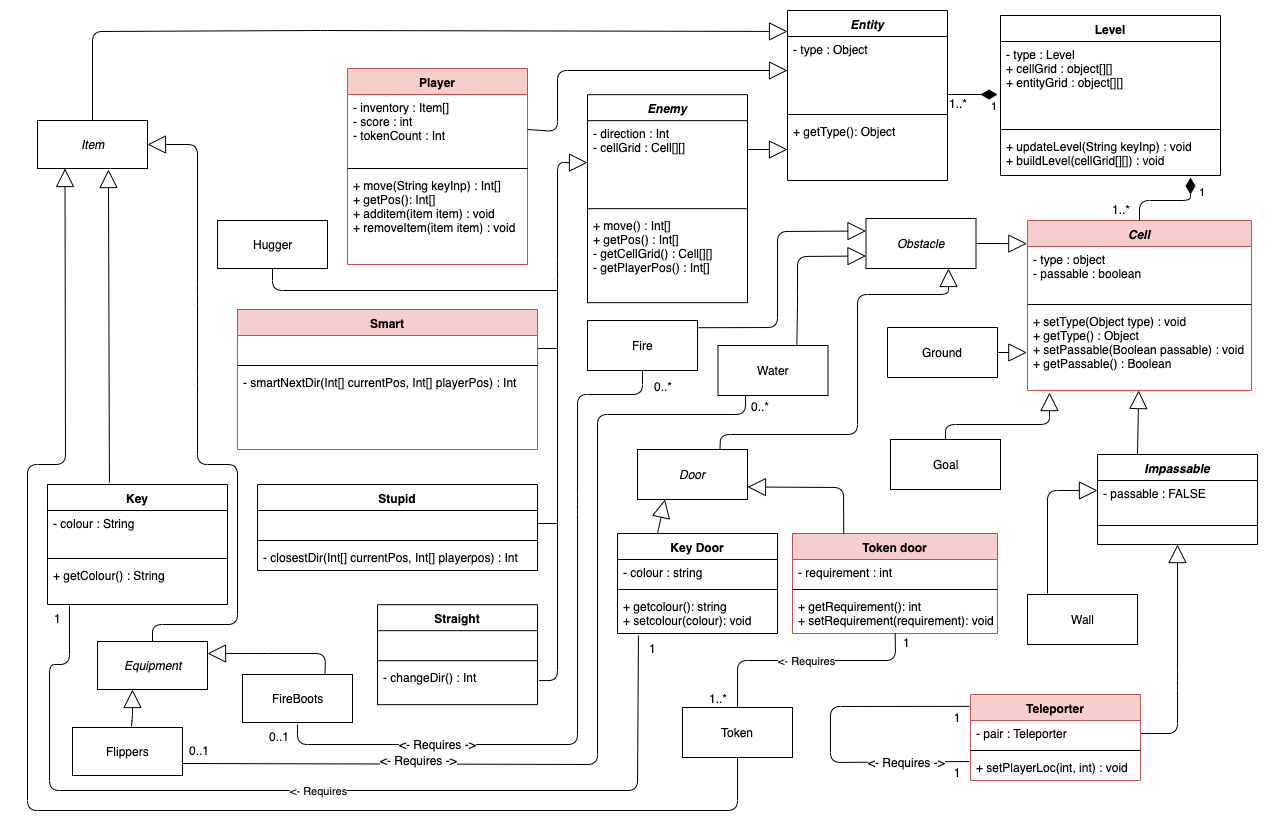
Earlier version of the draw.io export Design Documents/UML_FULL_FINAL.png (ChuksAjeh/CS-230). Source tidied: cells renumbered, new cells last; positions are measured from the earlier drawing's top-left corner, leaving out a move shared by most shapes.
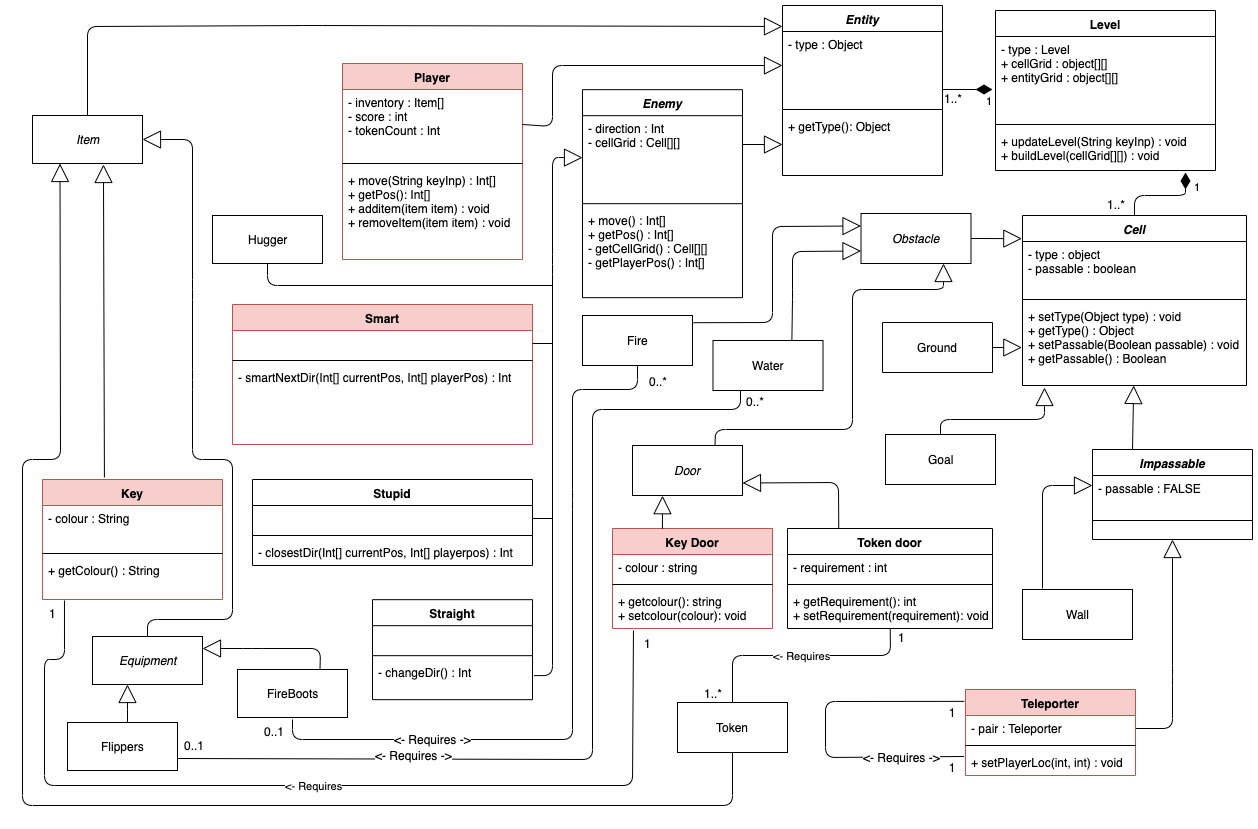
Above is the later version.

What changed in the source:
```diff
@@ -2,7 +2,7 @@
   <root>
     <mxCell id="0" />
     <mxCell id="1" parent="0" />
-    <mxCell id="2" value="Cell" style="swimlane;fontStyle=3;align=center;verticalAlign=top;horizontal=1;startSize=26;fillColor=#f8cecc;strokeColor=#b85450;" parent="1" vertex="1">
+    <mxCell id="2" value="Cell" style="swimlane;fontStyle=3;align=center;verticalAlign=top;horizontal=1;startSize=26;" parent="1" vertex="1">
       <mxGeometry x="1000" y="210" width="224" height="170" as="geometry" />
     </mxCell>
     <mxCell id="3" value="- type : object&#10;- passable : boolean" style="text;strokeColor=none;fillColor=none;align=left;verticalAlign=top;spacingLeft=4;spacingRight=4;overflow=hidden;" parent="2" vertex="1">
@@ -36,9 +36,9 @@
       <mxGeometry x="690.5" y="335" width="110" height="50" as="geometry" />
     </mxCell>
     <mxCell id="13" value="&lt;i&gt;Door&lt;/i&gt;" style="html=1;" parent="1" vertex="1">
-      <mxGeometry x="610" y="439" width="110" height="50" as="geometry" />
+      <mxGeometry x="610" y="440" width="110" height="50" as="geometry" />
     </mxCell>
-    <mxCell id="14" value="Token door" style="swimlane;fontStyle=1;align=center;verticalAlign=top;horizontal=1;startSize=26;fillColor=#f8cecc;strokeColor=#b85450;" parent="1" vertex="1">
+    <mxCell id="14" value="Token door" style="swimlane;fontStyle=1;align=center;verticalAlign=top;horizontal=1;startSize=26;" parent="1" vertex="1">
       <mxGeometry x="765" y="523" width="205" height="100" as="geometry" />
     </mxCell>
     <mxCell id="15" value="- requirement : int" style="text;strokeColor=none;fillColor=none;align=left;verticalAlign=top;spacingLeft=4;spacingRight=4;overflow=hidden;" parent="14" vertex="1">
@@ -50,7 +50,7 @@
     <mxCell id="17" value="+ getRequirement(): int&#10;+ setRequirement(requirement): void" style="text;strokeColor=none;fillColor=none;align=left;verticalAlign=top;spacingLeft=4;spacingRight=4;overflow=hidden;points=[[0,0.5],[1,0.5]];portConstraint=eastwest;" parent="14" vertex="1">
       <mxGeometry y="60" width="205" height="40" as="geometry" />
     </mxCell>
-    <mxCell id="18" value="Key Door" style="swimlane;fontStyle=1;align=center;verticalAlign=top;horizontal=1;startSize=26;" parent="1" vertex="1">
+    <mxCell id="18" value="Key Door" style="swimlane;fontStyle=1;align=center;verticalAlign=top;horizontal=1;startSize=26;fillColor=#f8cecc;strokeColor=#b85450;" parent="1" vertex="1">
       <mxGeometry x="590" y="523" width="160" height="100" as="geometry" />
     </mxCell>
     <mxCell id="19" value="- colour : string" style="text;strokeColor=none;fillColor=none;align=left;verticalAlign=top;spacingLeft=4;spacingRight=4;overflow=hidden;" parent="18" vertex="1">
@@ -146,7 +146,7 @@
     <mxCell id="49" value="- changeDir() : Int" style="text;strokeColor=none;fillColor=none;align=left;verticalAlign=top;spacingLeft=4;spacingRight=4;overflow=hidden;points=[[0,0.5],[1,0.5]];portConstraint=eastwest;" parent="46" vertex="1">
       <mxGeometry y="60" width="160" height="40" as="geometry" />
     </mxCell>
-    <mxCell id="50" value="Key" style="swimlane;fontStyle=1;align=center;verticalAlign=top;horizontal=1;startSize=26;" parent="1" vertex="1">
+    <mxCell id="50" value="Key" style="swimlane;fontStyle=1;align=center;verticalAlign=top;horizontal=1;startSize=26;fillColor=#f8cecc;strokeColor=#b85450;" parent="1" vertex="1">
       <mxGeometry x="20" y="474" width="180" height="120" as="geometry" />
     </mxCell>
     <mxCell id="51" value="- colour : String" style="text;strokeColor=none;fillColor=none;align=left;verticalAlign=top;spacingLeft=4;spacingRight=4;overflow=hidden;" parent="50" vertex="1">
@@ -259,14 +259,15 @@
         </Array>
       </mxGeometry>
     </mxCell>
-    <mxCell id="69" style="endArrow=block;endSize=16;endFill=0;html=1;exitX=0.536;exitY=-0.018;exitDx=0;exitDy=0;entryX=0.318;entryY=1;entryDx=0;entryDy=0;entryPerimeter=0;exitPerimeter=0;" parent="1" edge="1" source="55" target="103">
+    <mxCell id="69" style="endArrow=block;endSize=16;endFill=0;html=1;entryX=0.318;entryY=1;entryDx=0;entryDy=0;entryPerimeter=0;" parent="1" edge="1" target="103">
       <mxGeometry relative="1" as="geometry">
+        <mxPoint x="105" y="717" as="sourcePoint" />
         <Array as="points">
           <mxPoint x="105" y="704" />
         </Array>
       </mxGeometry>
     </mxCell>
-    <mxCell id="70" style="endArrow=block;endSize=16;endFill=0;html=1;entryX=0.25;entryY=1;entryDx=0;entryDy=0;exitX=0.25;exitY=0;exitDx=0;exitDy=0;" parent="1" edge="1" source="18" target="13">
+    <mxCell id="70" style="endArrow=block;endSize=16;endFill=0;html=1;exitX=0.312;exitY=0.003;exitDx=0;exitDy=0;exitPerimeter=0;entryX=0.273;entryY=1.004;entryDx=0;entryDy=0;entryPerimeter=0;" parent="1" edge="1" source="18" target="13">
       <mxGeometry relative="1" as="geometry" />
     </mxCell>
     <mxCell id="71" style="endArrow=block;endSize=16;endFill=0;html=1;exitX=0.25;exitY=0;exitDx=0;exitDy=0;entryX=1;entryY=0.75;entryDx=0;entryDy=0;" parent="1" edge="1" source="14" target="13">
```
